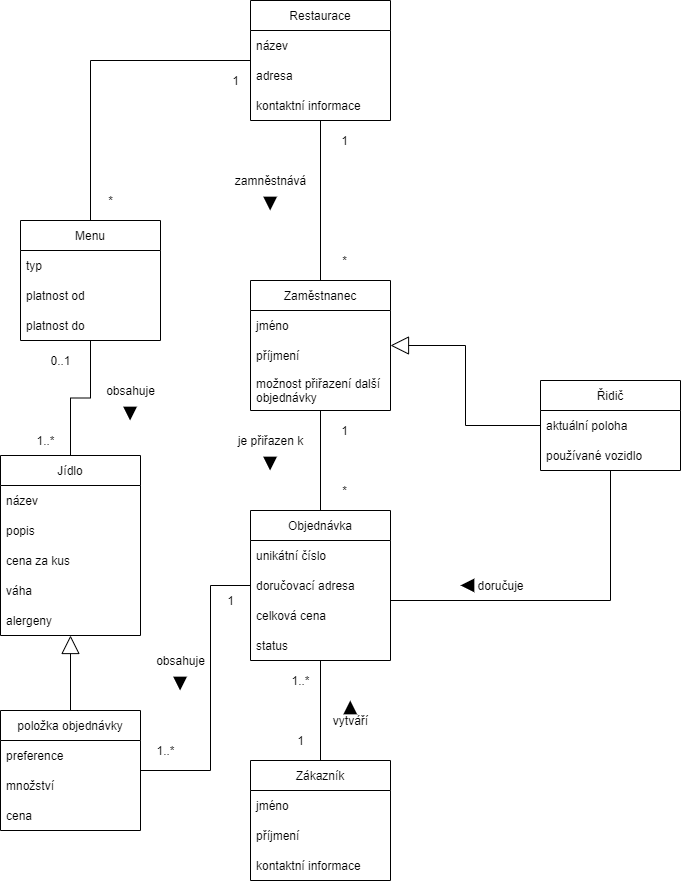
Earlier version of the draw.io export TED/rozvoz-jidla.png (TadeasPikl/Diagrams.net). Source tidied: cells renumbered, new cells last; positions are measured from the earlier drawing's top-left corner, leaving out a move shared by most shapes.
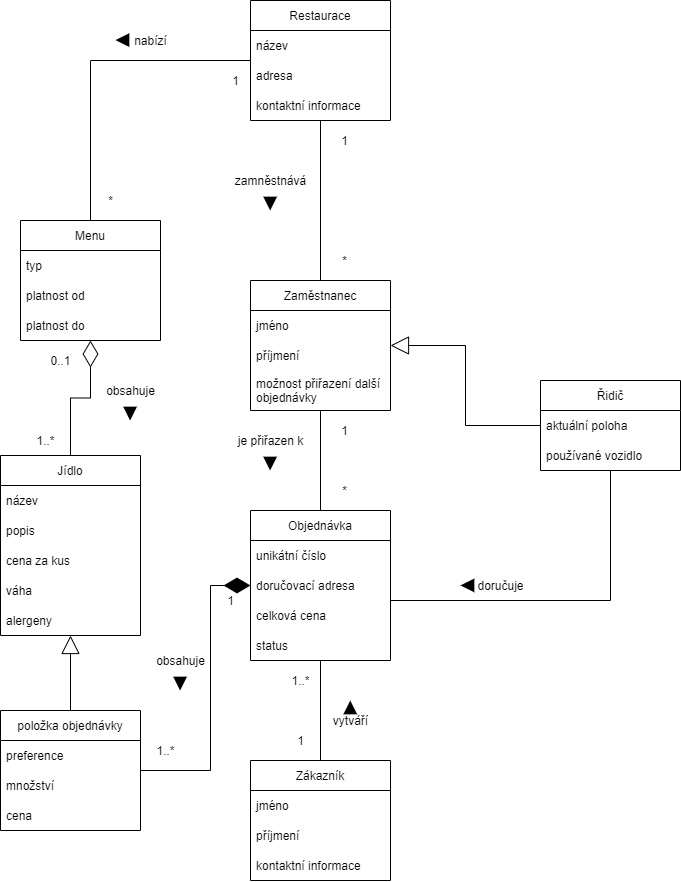
The same diagram one commit later.

What changed in the source:
```diff
@@ -145,9 +145,6 @@
     <mxCell id="41" value="1" style="text;html=1;align=center;verticalAlign=middle;strokeColor=none;fillColor=none;" parent="1" vertex="1">
       <mxGeometry x="290" y="730" width="20" height="20" as="geometry" />
     </mxCell>
-    <mxCell id="42" style="edgeStyle=orthogonalEdgeStyle;rounded=0;jettySize=auto;html=1;endArrow=none;endFill=0;" parent="1" edge="1" source="43" target="49">
-      <mxGeometry relative="1" as="geometry" />
-    </mxCell>
     <mxCell id="43" value="Menu" style="swimlane;fontStyle=0;horizontal=1;startSize=30;" parent="1" vertex="1">
       <mxGeometry x="20" y="220" width="140" height="120" as="geometry" />
     </mxCell>
@@ -199,14 +196,6 @@
     <mxCell id="58" value="0..1" style="text;html=1;align=center;verticalAlign=middle;strokeColor=none;fillColor=none;" parent="1" vertex="1">
       <mxGeometry x="40" y="350" width="40" height="20" as="geometry" />
     </mxCell>
-    <mxCell id="59" style="edgeStyle=orthogonalEdgeStyle;rounded=0;jettySize=auto;html=1;endArrow=none;endFill=0;" parent="1" edge="1" source="60" target="14">
-      <mxGeometry relative="1" as="geometry">
-        <Array as="points">
-          <mxPoint x="210" y="770" />
-          <mxPoint x="210" y="585" />
-        </Array>
-      </mxGeometry>
-    </mxCell>
     <mxCell id="60" value="položka objednávky" style="swimlane;fontStyle=0;horizontal=1;startSize=30;" parent="1" vertex="1">
       <mxGeometry y="710" width="140" height="120" as="geometry" />
     </mxCell>
@@ -237,5 +226,29 @@
         <mxPoint x="179.6" y="690" as="targetPoint" />
       </mxGeometry>
     </mxCell>
+    <mxCell id="59" style="endArrow=diamondThin;endFill=1;endSize=24;html=1;rounded=0;edgeStyle=orthogonalEdgeStyle;" parent="1" edge="1" source="60" target="14">
+      <mxGeometry relative="1" as="geometry">
+        <Array as="points">
+          <mxPoint x="210" y="770" />
+          <mxPoint x="210" y="585" />
+        </Array>
+      </mxGeometry>
+    </mxCell>
+    <mxCell id="69" value="nabízí" style="text;html=1;align=center;verticalAlign=middle;strokeColor=none;fillColor=none;" parent="1" vertex="1">
+      <mxGeometry x="125" y="30" width="50" height="20" as="geometry" />
+    </mxCell>
+    <mxCell id="70" style="edgeStyle=orthogonalEdgeStyle;rounded=0;orthogonalLoop=1;jettySize=auto;html=1;endArrow=block;endFill=1;strokeWidth=3;" parent="1" edge="1">
+      <mxGeometry relative="1" as="geometry">
+        <mxPoint x="125" y="39.6" as="sourcePoint" />
+        <mxPoint x="115.3" y="39.6" as="targetPoint" />
+        <Array as="points">
+          <mxPoint x="115" y="39.6" />
+          <mxPoint x="115" y="39.6" />
+        </Array>
+      </mxGeometry>
+    </mxCell>
+    <mxCell id="71" style="endArrow=diamondThin;endFill=0;endSize=24;html=1;rounded=0;edgeStyle=orthogonalEdgeStyle;" parent="1" edge="1" source="49" target="43">
+      <mxGeometry relative="1" as="geometry" />
+    </mxCell>
   </root>
 </mxGraphModel>
```
